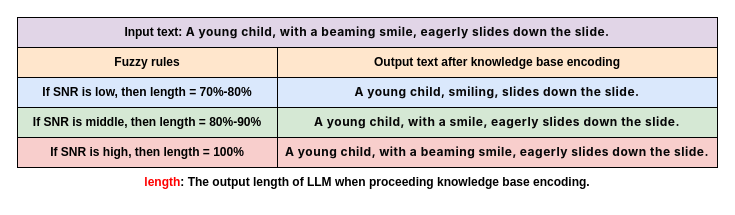
Above: UBC-CSC/table.drawio in TuuSiwei/paper_image (draw.io), before the change. Source tidied: cells renumbered, new cells numbered last; positions are measured from the earlier drawing's top-left corner, leaving out a move shared by most shapes. Both pictures are drawn from the tidied source at 100%, with x=0, y=0 at pixel (17, 17).
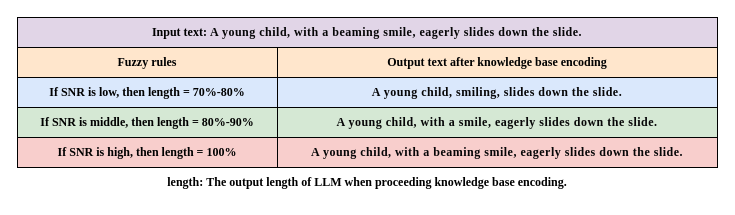
After the change.

Change to the diagram source:
```diff
@@
 <mxGraphModel>
   <root>
     <mxCell id="0" />
     <mxCell id="1" parent="0" />
-    <mxCell id="2" value="&lt;span style=&quot;font-size: 12px; font-weight: 700;&quot;&gt;Input text:&amp;nbsp;&lt;/span&gt;&lt;b style=&quot;white-space-collapse: preserve; color: rgb(6, 6, 7); font-family: -apple-system, blinkmacsystemfont, &amp;quot;Helvetica Neue&amp;quot;, helvetica, &amp;quot;segoe ui&amp;quot;, arial, roboto, &amp;quot;PingFang SC&amp;quot;, miui, &amp;quot;Hiragino Sans GB&amp;quot;, &amp;quot;Microsoft Yahei&amp;quot;, sans-serif; font-size: 12px; letter-spacing: 0.5px;&quot;&gt;A young child, with a beaming smile, eagerly slides down the slide.&lt;/b&gt;" style="rounded=0;whiteSpace=wrap;html=1;fillColor=#e1d5e7;strokeColor=default;fontSize=12;align=center;" parent="1" vertex="1">
+    <mxCell id="2" value="&lt;span style=&quot;font-size: 12px; font-weight: 700;&quot;&gt;Input text:&amp;nbsp;&lt;/span&gt;&lt;b style=&quot;white-space-collapse: preserve; color: rgb(6, 6, 7); font-size: 12px; letter-spacing: 0.5px;&quot;&gt;A young child, with a beaming smile, eagerly slides down the slide.&lt;/b&gt;" style="rounded=0;whiteSpace=wrap;html=1;fillColor=#e1d5e7;strokeColor=default;fontSize=12;align=center;fontFamily=Times New Roman;" parent="1" vertex="1">
       <mxGeometry width="700" height="30" as="geometry" />
     </mxCell>
-    <mxCell id="3" value="&lt;b style=&quot;font-size: 12px;&quot;&gt;&lt;font style=&quot;font-size: 12px;&quot;&gt;If SNR is low,&amp;nbsp;&lt;/font&gt;&lt;/b&gt;&lt;b style=&quot;font-size: 12px;&quot;&gt;&lt;font style=&quot;font-size: 12px;&quot;&gt;then length = 70%-80%&lt;/font&gt;&lt;/b&gt;" style="rounded=0;whiteSpace=wrap;html=1;fillColor=#dae8fc;strokeColor=default;fontSize=12;align=center;" parent="1" vertex="1">
+    <mxCell id="3" value="&lt;b style=&quot;font-size: 12px;&quot;&gt;&lt;font style=&quot;font-size: 12px;&quot;&gt;If SNR is low,&amp;nbsp;&lt;/font&gt;&lt;/b&gt;&lt;b style=&quot;font-size: 12px;&quot;&gt;&lt;font style=&quot;font-size: 12px;&quot;&gt;then length = 70%-80%&lt;/font&gt;&lt;/b&gt;" style="rounded=0;whiteSpace=wrap;html=1;fillColor=#dae8fc;strokeColor=default;fontSize=12;align=center;fontFamily=Times New Roman;" parent="1" vertex="1">
       <mxGeometry y="60" width="260" height="30" as="geometry" />
     </mxCell>
-    <mxCell id="4" value="&lt;b style=&quot;font-size: 12px;&quot;&gt;&lt;font style=&quot;font-size: 12px;&quot;&gt;Output text after knowledge base encoding&lt;/font&gt;&lt;/b&gt;" style="rounded=0;whiteSpace=wrap;html=1;fillColor=#ffe6cc;strokeColor=default;fontSize=12;align=center;" parent="1" vertex="1">
+    <mxCell id="4" value="&lt;b style=&quot;font-size: 12px;&quot;&gt;&lt;font style=&quot;font-size: 12px;&quot;&gt;Output text after knowledge base encoding&lt;/font&gt;&lt;/b&gt;" style="rounded=0;whiteSpace=wrap;html=1;fillColor=#ffe6cc;strokeColor=default;fontSize=12;align=center;fontFamily=Times New Roman;" parent="1" vertex="1">
       <mxGeometry x="260" y="30" width="440" height="30" as="geometry" />
     </mxCell>
-    <mxCell id="5" value="&lt;font face=&quot;-apple-system, blinkmacsystemfont, Helvetica Neue, helvetica, segoe ui, arial, roboto, PingFang SC, miui, Hiragino Sans GB, Microsoft Yahei, sans-serif&quot; color=&quot;#060607&quot;&gt;&lt;span style=&quot;letter-spacing: 0.5px; white-space-collapse: preserve;&quot;&gt;&lt;b&gt;A young child, smiling, slides down the slide.&lt;/b&gt;&lt;/span&gt;&lt;/font&gt;" style="rounded=0;whiteSpace=wrap;html=1;fillColor=#dae8fc;strokeColor=default;fontSize=12;align=center;" parent="1" vertex="1">
+    <mxCell id="5" value="&lt;font color=&quot;#060607&quot;&gt;&lt;span style=&quot;letter-spacing: 0.5px; white-space-collapse: preserve;&quot;&gt;&lt;b&gt;A young child, smiling, slides down the slide.&lt;/b&gt;&lt;/span&gt;&lt;/font&gt;" style="rounded=0;whiteSpace=wrap;html=1;fillColor=#dae8fc;strokeColor=default;fontSize=12;align=center;fontFamily=Times New Roman;" parent="1" vertex="1">
       <mxGeometry x="260" y="60" width="440" height="30" as="geometry" />
     </mxCell>
-    <mxCell id="6" value="&lt;b style=&quot;white-space-collapse: preserve; color: rgb(6, 6, 7); font-family: -apple-system, blinkmacsystemfont, &amp;quot;Helvetica Neue&amp;quot;, helvetica, &amp;quot;segoe ui&amp;quot;, arial, roboto, &amp;quot;PingFang SC&amp;quot;, miui, &amp;quot;Hiragino Sans GB&amp;quot;, &amp;quot;Microsoft Yahei&amp;quot;, sans-serif; font-size: 12px; letter-spacing: 0.5px;&quot;&gt;A young child, with a beaming smile, eagerly slides down the slide.&lt;/b&gt;" style="rounded=0;whiteSpace=wrap;html=1;fillColor=#f8cecc;strokeColor=default;fontSize=12;align=center;" parent="1" vertex="1">
+    <mxCell id="6" value="&lt;b style=&quot;white-space-collapse: preserve; color: rgb(6, 6, 7); font-size: 12px; letter-spacing: 0.5px;&quot;&gt;A young child, with a beaming smile, eagerly slides down the slide.&lt;/b&gt;" style="rounded=0;whiteSpace=wrap;html=1;fillColor=#f8cecc;strokeColor=default;fontSize=12;align=center;fontFamily=Times New Roman;" parent="1" vertex="1">
       <mxGeometry x="260" y="120" width="440" height="30" as="geometry" />
     </mxCell>
-    <mxCell id="7" value="&lt;b style=&quot;white-space-collapse: preserve; color: rgb(6, 6, 7); font-family: -apple-system, blinkmacsystemfont, &amp;quot;Helvetica Neue&amp;quot;, helvetica, &amp;quot;segoe ui&amp;quot;, arial, roboto, &amp;quot;PingFang SC&amp;quot;, miui, &amp;quot;Hiragino Sans GB&amp;quot;, &amp;quot;Microsoft Yahei&amp;quot;, sans-serif; letter-spacing: 0.5px;&quot;&gt;A young child, with a smile, &lt;/b&gt;&lt;b style=&quot;white-space-collapse: preserve; color: rgb(6, 6, 7); font-family: -apple-system, blinkmacsystemfont, &amp;quot;Helvetica Neue&amp;quot;, helvetica, &amp;quot;segoe ui&amp;quot;, arial, roboto, &amp;quot;PingFang SC&amp;quot;, miui, &amp;quot;Hiragino Sans GB&amp;quot;, &amp;quot;Microsoft Yahei&amp;quot;, sans-serif; letter-spacing: 0.5px;&quot;&gt;eagerly &lt;/b&gt;&lt;b style=&quot;white-space-collapse: preserve; color: rgb(6, 6, 7); font-family: -apple-system, blinkmacsystemfont, &amp;quot;Helvetica Neue&amp;quot;, helvetica, &amp;quot;segoe ui&amp;quot;, arial, roboto, &amp;quot;PingFang SC&amp;quot;, miui, &amp;quot;Hiragino Sans GB&amp;quot;, &amp;quot;Microsoft Yahei&amp;quot;, sans-serif; letter-spacing: 0.5px;&quot;&gt;slides down the slide.&lt;/b&gt;" style="rounded=0;whiteSpace=wrap;html=1;fillColor=#d5e8d4;strokeColor=default;fontSize=12;align=center;" parent="1" vertex="1">
+    <mxCell id="7" value="&lt;b style=&quot;white-space-collapse: preserve; color: rgb(6, 6, 7); letter-spacing: 0.5px;&quot;&gt;A young child, with a smile, &lt;/b&gt;&lt;b style=&quot;white-space-collapse: preserve; color: rgb(6, 6, 7); letter-spacing: 0.5px;&quot;&gt;eagerly &lt;/b&gt;&lt;b style=&quot;white-space-collapse: preserve; color: rgb(6, 6, 7); letter-spacing: 0.5px;&quot;&gt;slides down the slide.&lt;/b&gt;" style="rounded=0;whiteSpace=wrap;html=1;fillColor=#d5e8d4;strokeColor=default;fontSize=12;align=center;fontFamily=Times New Roman;" parent="1" vertex="1">
       <mxGeometry x="260" y="90" width="440" height="30" as="geometry" />
     </mxCell>
-    <mxCell id="8" value="&lt;b style=&quot;font-size: 12px;&quot;&gt;&lt;font style=&quot;font-size: 12px;&quot;&gt;Fuzzy rules&lt;/font&gt;&lt;/b&gt;" style="rounded=0;whiteSpace=wrap;html=1;fillColor=#ffe6cc;strokeColor=default;fontSize=12;align=center;" parent="1" vertex="1">
+    <mxCell id="8" value="&lt;b style=&quot;font-size: 12px;&quot;&gt;&lt;font style=&quot;font-size: 12px;&quot;&gt;Fuzzy rules&lt;/font&gt;&lt;/b&gt;" style="rounded=0;whiteSpace=wrap;html=1;fillColor=#ffe6cc;strokeColor=default;fontSize=12;align=center;fontFamily=Times New Roman;" parent="1" vertex="1">
       <mxGeometry y="30" width="260" height="30" as="geometry" />
     </mxCell>
-    <mxCell id="9" value="&lt;b style=&quot;font-size: 12px;&quot;&gt;&lt;font style=&quot;font-size: 12px;&quot;&gt;If SNR is middle,&amp;nbsp;&lt;/font&gt;&lt;/b&gt;&lt;b style=&quot;font-size: 12px;&quot;&gt;&lt;font style=&quot;font-size: 12px;&quot;&gt;then length = 80%-90%&lt;/font&gt;&lt;/b&gt;" style="rounded=0;whiteSpace=wrap;html=1;fillColor=#d5e8d4;strokeColor=default;fontSize=12;align=center;" parent="1" vertex="1">
+    <mxCell id="9" value="&lt;b style=&quot;font-size: 12px;&quot;&gt;&lt;font style=&quot;font-size: 12px;&quot;&gt;If SNR is middle,&amp;nbsp;&lt;/font&gt;&lt;/b&gt;&lt;b style=&quot;font-size: 12px;&quot;&gt;&lt;font style=&quot;font-size: 12px;&quot;&gt;then length = 80%-90%&lt;/font&gt;&lt;/b&gt;" style="rounded=0;whiteSpace=wrap;html=1;fillColor=#d5e8d4;strokeColor=default;fontSize=12;align=center;fontFamily=Times New Roman;" parent="1" vertex="1">
       <mxGeometry y="90" width="260" height="30" as="geometry" />
     </mxCell>
-    <mxCell id="10" value="&lt;b style=&quot;font-size: 12px;&quot;&gt;&lt;font style=&quot;font-size: 12px;&quot;&gt;If SNR is high, then length = 100%&lt;/font&gt;&lt;/b&gt;" style="rounded=0;whiteSpace=wrap;html=1;fillColor=#f8cecc;strokeColor=default;fontSize=12;align=center;" parent="1" vertex="1">
+    <mxCell id="10" value="&lt;b style=&quot;font-size: 12px;&quot;&gt;&lt;font style=&quot;font-size: 12px;&quot;&gt;If SNR is high, then length = 100%&lt;/font&gt;&lt;/b&gt;" style="rounded=0;whiteSpace=wrap;html=1;fillColor=#f8cecc;strokeColor=default;fontSize=12;align=center;fontFamily=Times New Roman;" parent="1" vertex="1">
       <mxGeometry y="120" width="260" height="30" as="geometry" />
     </mxCell>
-    <mxCell id="11" value="&lt;b&gt;&lt;font color=&quot;#ff0000&quot;&gt;length&lt;/font&gt;:&amp;nbsp;The output length of LLM when proceeding knowledge base encoding.&lt;/b&gt;" style="text;html=1;align=center;verticalAlign=middle;whiteSpace=wrap;rounded=0;" parent="1" vertex="1">
+    <mxCell id="11" value="&lt;b&gt;length:&amp;nbsp;The output length of LLM when proceeding knowledge base encoding.&lt;/b&gt;" style="text;html=1;align=center;verticalAlign=middle;whiteSpace=wrap;rounded=0;fontFamily=Times New Roman;" parent="1" vertex="1">
       <mxGeometry x="110" y="150" width="480" height="30" as="geometry" />
     </mxCell>
   </root>
 </mxGraphModel>
```
